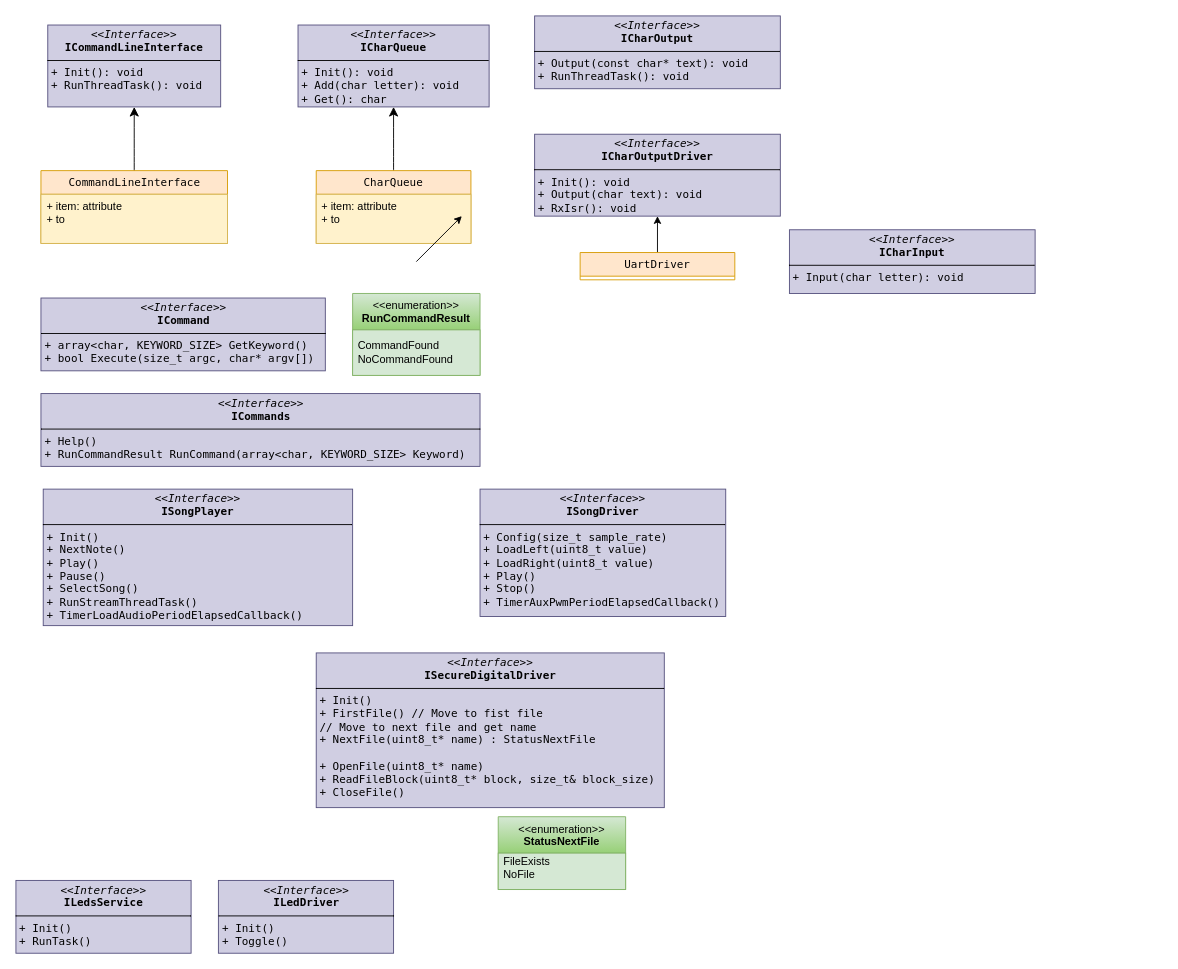
Above: docs/Music_Player.drawio in Hitthesurf/music_player (draw.io), before the change. Source tidied: cells renumbered, new cells numbered last; positions are measured from the earlier drawing's top-left corner, leaving out a move shared by most shapes. Both pictures are drawn from the tidied source at 91%, with x=0, y=0 at pixel (15, 15).
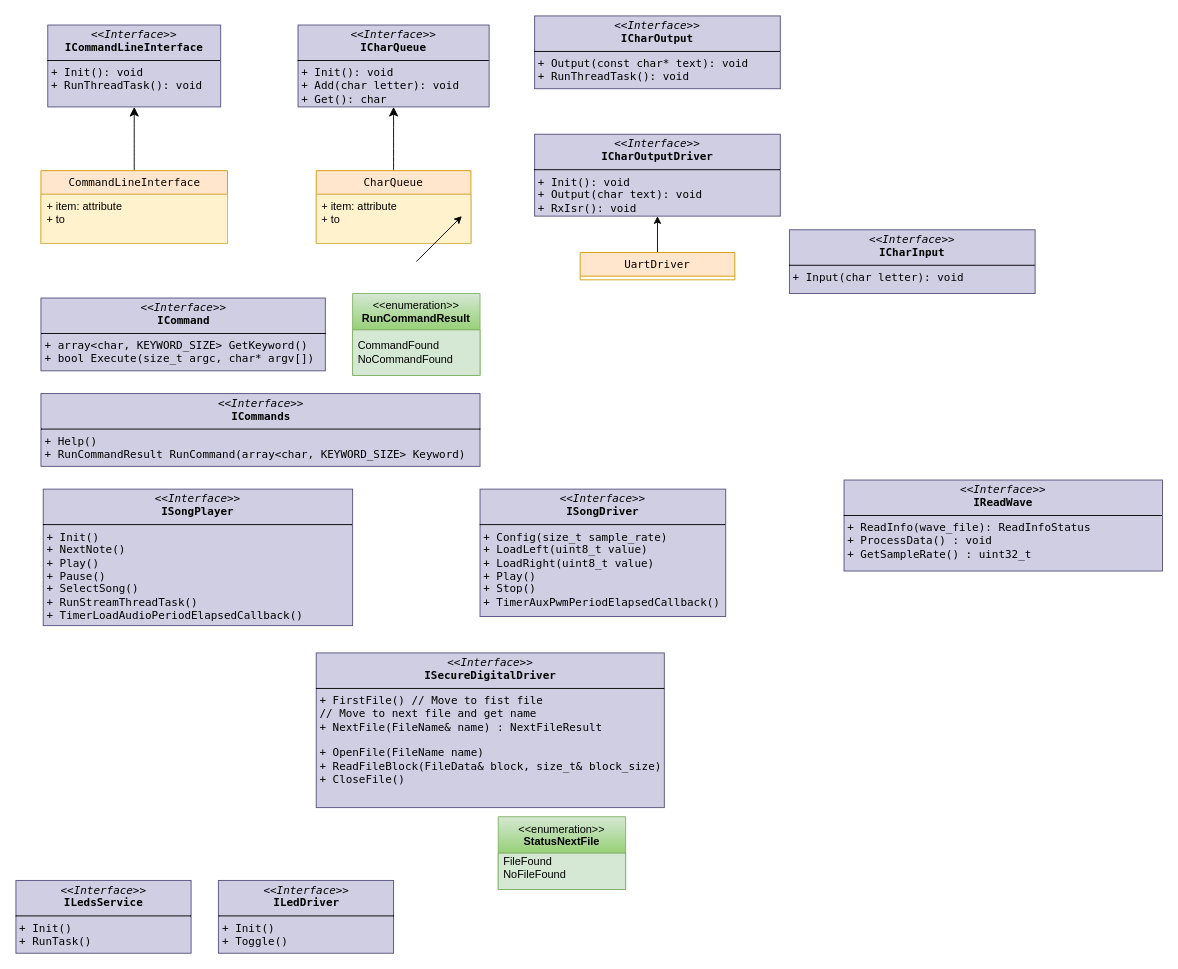
The same diagram, later.

Commit message:
finalize sd interface uml

Unchanged cells that the change refers to:
```xml
<mxCell id="19" value="&amp;lt;&amp;lt;enumeration&amp;gt;&amp;gt;&lt;br&gt;&lt;b&gt;StatusNextFile&lt;/b&gt;" style="swimlane;fontStyle=0;align=center;verticalAlign=top;horizontal=1;startSize=40;html=1;whiteSpace=wrap;fillColor=#d5e8d4;gradientColor=#97d077;strokeColor=#82b366;" parent="1" vertex="1">
  <mxGeometry x="530" y="880" width="140" height="80" as="geometry" />
</mxCell>
```

Change to the diagram source:
```diff
@@
-    <mxCell id="18" value="&lt;p style=&quot;margin:0px;margin-top:4px;text-align:center;&quot;&gt;&lt;i&gt;&amp;lt;&amp;lt;Interface&amp;gt;&amp;gt;&lt;/i&gt;&lt;br&gt;&lt;b style=&quot;&quot;&gt;&lt;font&gt;ISecureDigitalDriver&lt;/font&gt;&lt;/b&gt;&lt;/p&gt;&lt;hr style=&quot;border-style:solid;&quot; size=&quot;1&quot;&gt;&lt;p style=&quot;margin:0px;margin-left:4px;&quot;&gt;&lt;font&gt;+ Init()&lt;/font&gt;&lt;/p&gt;&lt;p style=&quot;margin:0px;margin-left:4px;&quot;&gt;&lt;font&gt;+ FirstFile() // Move to fist file&lt;/font&gt;&lt;/p&gt;&lt;p style=&quot;margin:0px;margin-left:4px;&quot;&gt;&lt;font&gt;// Move to next file and get name&lt;/font&gt;&lt;/p&gt;&lt;p style=&quot;margin:0px;margin-left:4px;&quot;&gt;&lt;font&gt;+ NextFile(uint8_t* name&lt;/font&gt;&lt;span style=&quot;background-color: transparent; color: light-dark(rgb(0, 0, 0), rgb(255, 255, 255));&quot;&gt;) : StatusNextFile&lt;/span&gt;&lt;/p&gt;&lt;p style=&quot;margin:0px;margin-left:4px;&quot;&gt;&lt;span style=&quot;background-color: transparent; color: light-dark(rgb(0, 0, 0), rgb(255, 255, 255));&quot;&gt;&lt;br&gt;&lt;/span&gt;&lt;/p&gt;&lt;p style=&quot;margin:0px;margin-left:4px;&quot;&gt;&lt;font&gt;+ OpenFile&lt;/font&gt;&lt;span style=&quot;background-color: transparent; color: light-dark(rgb(0, 0, 0), rgb(255, 255, 255));&quot;&gt;(&lt;/span&gt;&lt;span style=&quot;background-color: transparent; color: light-dark(rgb(0, 0, 0), rgb(255, 255, 255));&quot;&gt;uint8_t* name&lt;/span&gt;&lt;span style=&quot;background-color: transparent; color: light-dark(rgb(0, 0, 0), rgb(255, 255, 255));&quot;&gt;)&lt;/span&gt;&lt;/p&gt;&lt;p style=&quot;margin:0px;margin-left:4px;&quot;&gt;&lt;font&gt;+ ReadFileBlock(uint8_t* block, size_t&amp;amp; block_size&lt;/font&gt;&lt;span style=&quot;background-color: transparent; color: light-dark(rgb(0, 0, 0), rgb(255, 255, 255));&quot;&gt;)&lt;/span&gt;&lt;/p&gt;&lt;p style=&quot;margin:0px;margin-left:4px;&quot;&gt;&lt;span style=&quot;background-color: transparent; color: light-dark(rgb(0, 0, 0), rgb(255, 255, 255));&quot;&gt;+ CloseFile()&lt;/span&gt;&lt;/p&gt;" style="verticalAlign=top;align=left;overflow=fill;html=1;whiteSpace=wrap;fillColor=#d0cee2;strokeColor=#56517e;fontFamily=Lucida Console;" parent="1" vertex="1">
+    <mxCell id="18" value="&lt;p style=&quot;margin:0px;margin-top:4px;text-align:center;&quot;&gt;&lt;i&gt;&amp;lt;&amp;lt;Interface&amp;gt;&amp;gt;&lt;/i&gt;&lt;br&gt;&lt;b style=&quot;&quot;&gt;&lt;font&gt;ISecureDigitalDriver&lt;/font&gt;&lt;/b&gt;&lt;/p&gt;&lt;hr style=&quot;border-style:solid;&quot; size=&quot;1&quot;&gt;&lt;p style=&quot;margin:0px;margin-left:4px;&quot;&gt;&lt;span style=&quot;background-color: transparent; color: light-dark(rgb(0, 0, 0), rgb(255, 255, 255));&quot;&gt;+ FirstFile() // Move to fist file&lt;/span&gt;&lt;/p&gt;&lt;p style=&quot;margin:0px;margin-left:4px;&quot;&gt;&lt;font&gt;// Move to next file and get name&lt;/font&gt;&lt;/p&gt;&lt;p style=&quot;margin:0px;margin-left:4px;&quot;&gt;&lt;font&gt;+ NextFile(FileName&amp;amp; name&lt;/font&gt;&lt;span style=&quot;background-color: transparent; color: light-dark(rgb(0, 0, 0), rgb(255, 255, 255));&quot;&gt;) : NextFileResult&lt;/span&gt;&lt;/p&gt;&lt;p style=&quot;margin:0px;margin-left:4px;&quot;&gt;&lt;span style=&quot;background-color: transparent; color: light-dark(rgb(0, 0, 0), rgb(255, 255, 255));&quot;&gt;&lt;br&gt;&lt;/span&gt;&lt;/p&gt;&lt;p style=&quot;margin:0px;margin-left:4px;&quot;&gt;&lt;font&gt;+ OpenFile&lt;/font&gt;&lt;span style=&quot;background-color: transparent; color: light-dark(rgb(0, 0, 0), rgb(255, 255, 255));&quot;&gt;(&lt;/span&gt;&lt;span style=&quot;background-color: transparent; color: light-dark(rgb(0, 0, 0), rgb(255, 255, 255));&quot;&gt;FileName name&lt;/span&gt;&lt;span style=&quot;background-color: transparent; color: light-dark(rgb(0, 0, 0), rgb(255, 255, 255));&quot;&gt;)&lt;/span&gt;&lt;/p&gt;&lt;p style=&quot;margin:0px;margin-left:4px;&quot;&gt;&lt;font&gt;+ ReadFileBlock(FileData&amp;amp; block, size_t&amp;amp; block_size&lt;/font&gt;&lt;span style=&quot;background-color: transparent; color: light-dark(rgb(0, 0, 0), rgb(255, 255, 255));&quot;&gt;)&lt;/span&gt;&lt;/p&gt;&lt;p style=&quot;margin:0px;margin-left:4px;&quot;&gt;&lt;span style=&quot;background-color: transparent; color: light-dark(rgb(0, 0, 0), rgb(255, 255, 255));&quot;&gt;+ CloseFile()&lt;/span&gt;&lt;/p&gt;" style="verticalAlign=top;align=left;overflow=fill;html=1;whiteSpace=wrap;fillColor=#d0cee2;strokeColor=#56517e;fontFamily=Lucida Console;" parent="1" vertex="1">
       <mxGeometry x="330" y="700" width="382.5" height="170" as="geometry" />
     </mxCell>
@@
-    <mxCell id="20" value="FileExists&lt;br&gt;&lt;div&gt;NoFile&lt;br&gt;&lt;div&gt;&lt;div&gt;&lt;br&gt;&lt;/div&gt;&lt;/div&gt;&lt;/div&gt;" style="text;html=1;strokeColor=#82b366;fillColor=#d5e8d4;align=left;verticalAlign=middle;spacingLeft=4;spacingRight=4;overflow=hidden;whiteSpace=wrap;" parent="19" vertex="1">
+    <mxCell id="20" value="FileFound&lt;br&gt;&lt;div&gt;NoFileFound&lt;br&gt;&lt;div&gt;&lt;div&gt;&lt;br&gt;&lt;/div&gt;&lt;/div&gt;&lt;/div&gt;" style="text;html=1;strokeColor=#82b366;fillColor=#d5e8d4;align=left;verticalAlign=middle;spacingLeft=4;spacingRight=4;overflow=hidden;whiteSpace=wrap;" parent="19" vertex="1">
       <mxGeometry y="40" width="140" height="40" as="geometry" />
     </mxCell>
@@
+    <mxCell id="27" value="&lt;p style=&quot;margin:0px;margin-top:4px;text-align:center;&quot;&gt;&lt;i&gt;&amp;lt;&amp;lt;Interface&amp;gt;&amp;gt;&lt;/i&gt;&lt;br&gt;&lt;b style=&quot;&quot;&gt;&lt;font&gt;IReadWave&lt;/font&gt;&lt;/b&gt;&lt;/p&gt;&lt;hr style=&quot;border-style:solid;&quot; size=&quot;1&quot;&gt;&lt;p style=&quot;margin:0px;margin-left:4px;&quot;&gt;&lt;font&gt;+ ReadInfo(wave_file): ReadInfoStatus&lt;/font&gt;&lt;/p&gt;&lt;p style=&quot;margin:0px;margin-left:4px;&quot;&gt;&lt;font&gt;+ ProcessData() : void&lt;/font&gt;&lt;/p&gt;&lt;p style=&quot;margin:0px;margin-left:4px;&quot;&gt;&lt;font&gt;+ GetSampleRate() : uint32_t&lt;/font&gt;&lt;/p&gt;" style="verticalAlign=top;align=left;overflow=fill;html=1;whiteSpace=wrap;fillColor=#d0cee2;strokeColor=#56517e;fontFamily=Lucida Console;" parent="1" vertex="1">
+      <mxGeometry x="910" y="510" width="350" height="100" as="geometry" />
+    </mxCell>
```
